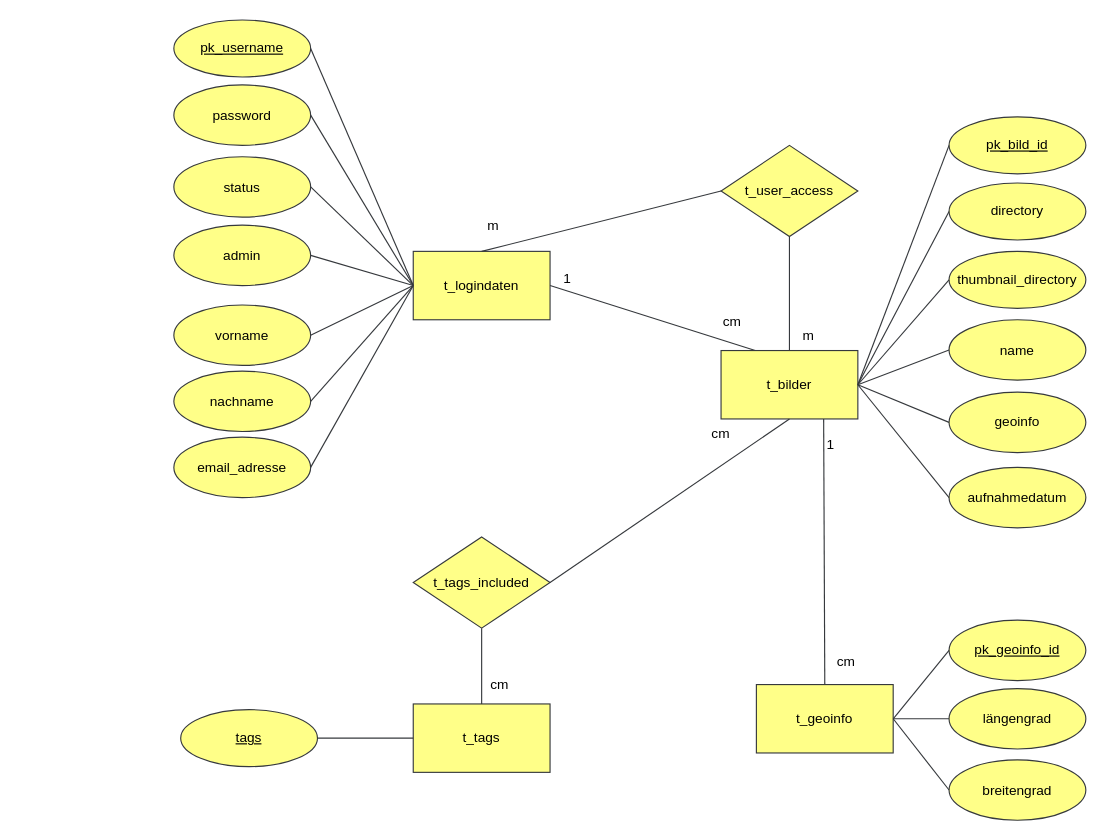
Above: WT2_ERM.drawio in mrstexx/FHT_WT2_ImageManagement (draw.io), before the change. Source tidied: cells renumbered, new cells numbered last; positions are measured from the earlier drawing's top-left corner, leaving out a move shared by most shapes. Both pictures are drawn from the tidied source at 114%, with x=0, y=0 at pixel (173, 19).
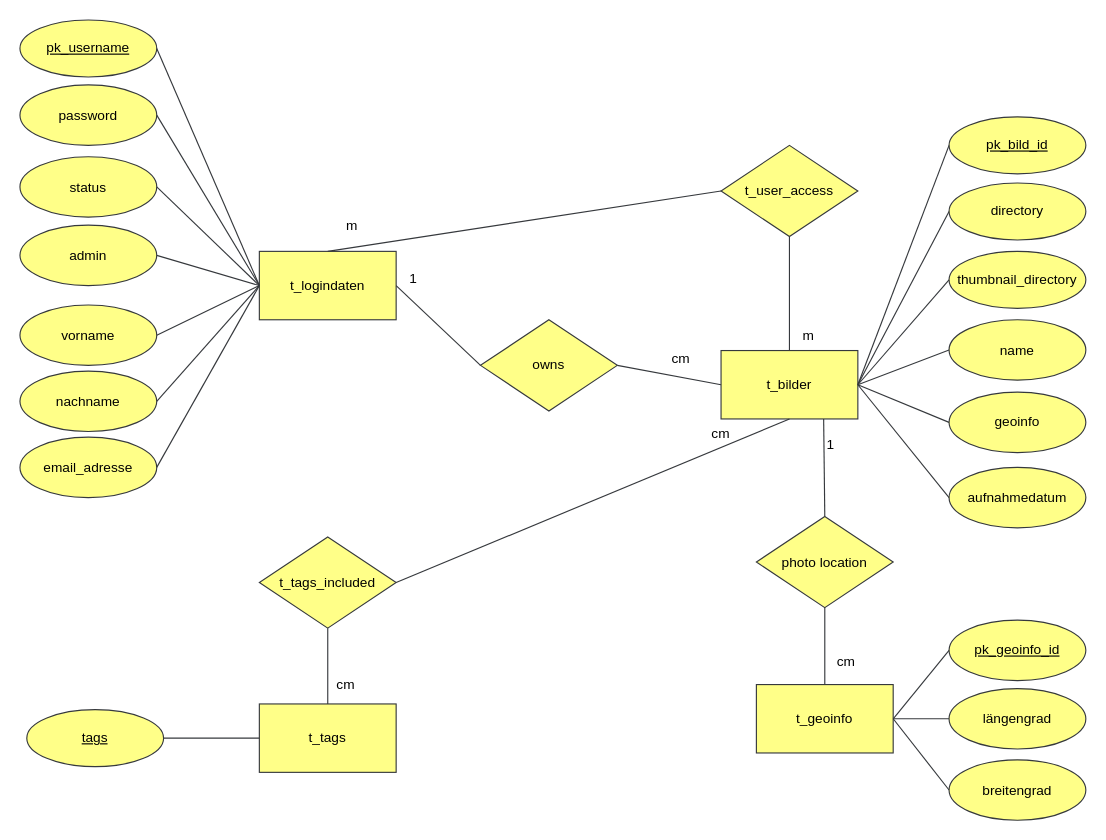
The same page after the edit.

Unchanged cells that the change refers to:
```xml
<mxCell id="3" value="t_bilder" style="rounded=0;whiteSpace=wrap;html=1;fillColor=#ffff88;strokeColor=#36393d;" parent="1" vertex="1">
  <mxGeometry x="480" y="290" width="120" height="60" as="geometry" />
</mxCell>
<mxCell id="4" value="t_geoinfo" style="rounded=0;whiteSpace=wrap;html=1;fillColor=#ffff88;strokeColor=#36393d;" parent="1" vertex="1">
  <mxGeometry x="511" y="583" width="120" height="60" as="geometry" />
</mxCell>
```

The edit, as a diff of the source:
```diff
@@
     <mxCell id="2" value="t_logindaten" style="rounded=0;whiteSpace=wrap;html=1;fillColor=#ffff88;strokeColor=#36393d;" parent="1" vertex="1">
-      <mxGeometry x="210" y="203" width="120" height="60" as="geometry" />
+      <mxGeometry x="75" y="203" width="120" height="60" as="geometry" />
     </mxCell>
@@
     <mxCell id="5" value="t_tags" style="rounded=0;whiteSpace=wrap;html=1;fillColor=#ffff88;strokeColor=#36393d;" parent="1" vertex="1">
-      <mxGeometry x="210" y="600" width="120" height="60" as="geometry" />
+      <mxGeometry x="75" y="600" width="120" height="60" as="geometry" />
     </mxCell>
     <mxCell id="6" value="t_tags_included" style="rhombus;whiteSpace=wrap;html=1;fillColor=#ffff88;strokeColor=#36393d;" parent="1" vertex="1">
-      <mxGeometry x="210" y="453.5" width="120" height="80" as="geometry" />
+      <mxGeometry x="75" y="453.5" width="120" height="80" as="geometry" />
     </mxCell>
@@
     <mxCell id="8" value="&lt;u&gt;pk_username&lt;/u&gt;" style="ellipse;whiteSpace=wrap;html=1;fillColor=#ffff88;strokeColor=#36393d;" parent="1" vertex="1">
-      <mxGeometry width="120" height="50" as="geometry" />
+      <mxGeometry x="-135" width="120" height="50" as="geometry" />
     </mxCell>
     <mxCell id="9" value="password" style="ellipse;whiteSpace=wrap;html=1;fillColor=#ffff88;strokeColor=#36393d;" parent="1" vertex="1">
-      <mxGeometry y="57" width="120" height="53" as="geometry" />
+      <mxGeometry x="-135" y="57" width="120" height="53" as="geometry" />
     </mxCell>
     <mxCell id="10" value="status" style="ellipse;whiteSpace=wrap;html=1;fillColor=#ffff88;strokeColor=#36393d;" parent="1" vertex="1">
-      <mxGeometry y="120" width="120" height="53" as="geometry" />
+      <mxGeometry x="-135" y="120" width="120" height="53" as="geometry" />
     </mxCell>
     <mxCell id="11" value="admin" style="ellipse;whiteSpace=wrap;html=1;fillColor=#ffff88;strokeColor=#36393d;" parent="1" vertex="1">
-      <mxGeometry y="180" width="120" height="53" as="geometry" />
+      <mxGeometry x="-135" y="180" width="120" height="53" as="geometry" />
     </mxCell>
@@
-    <mxCell id="16" style="endArrow=none;html=1;entryX=0.25;entryY=0;entryDx=0;entryDy=0;exitX=1;exitY=0.5;exitDx=0;exitDy=0;fillColor=#ffff88;strokeColor=#36393d;" parent="1" edge="1" source="2" target="3">
+    <mxCell id="16" style="endArrow=none;html=1;entryX=0;entryY=0.5;entryDx=0;entryDy=0;exitX=1;exitY=0.5;exitDx=0;exitDy=0;fillColor=#ffff88;strokeColor=#36393d;" parent="1" edge="1" source="2" target="56">
       <mxGeometry relative="1" as="geometry" />
     </mxCell>
@@
-    <mxCell id="26" style="endArrow=none;html=1;entryX=0.75;entryY=1;entryDx=0;entryDy=0;exitX=0.5;exitY=0;exitDx=0;exitDy=0;fillColor=#ffff88;strokeColor=#36393d;" parent="1" edge="1" source="4" target="3">
+    <mxCell id="26" style="endArrow=none;html=1;entryX=0.75;entryY=1;entryDx=0;entryDy=0;exitX=0.5;exitY=0;exitDx=0;exitDy=0;fillColor=#ffff88;strokeColor=#36393d;" parent="1" edge="1" source="58" target="3">
       <mxGeometry relative="1" as="geometry" />
     </mxCell>
@@
     <mxCell id="33" value="vorname" style="ellipse;whiteSpace=wrap;html=1;fillColor=#ffff88;strokeColor=#36393d;" parent="1" vertex="1">
-      <mxGeometry y="250" width="120" height="53" as="geometry" />
+      <mxGeometry x="-135" y="250" width="120" height="53" as="geometry" />
     </mxCell>
     <mxCell id="34" value="nachname" style="ellipse;whiteSpace=wrap;html=1;fillColor=#ffff88;strokeColor=#36393d;" parent="1" vertex="1">
-      <mxGeometry y="308" width="120" height="53" as="geometry" />
+      <mxGeometry x="-135" y="308" width="120" height="53" as="geometry" />
     </mxCell>
     <mxCell id="35" value="email_adresse" style="ellipse;whiteSpace=wrap;html=1;fillColor=#ffff88;strokeColor=#36393d;" parent="1" vertex="1">
-      <mxGeometry y="366" width="120" height="53" as="geometry" />
+      <mxGeometry x="-135" y="366" width="120" height="53" as="geometry" />
     </mxCell>
@@
     <mxCell id="42" value="&lt;u&gt;tags&lt;/u&gt;" style="ellipse;whiteSpace=wrap;html=1;fillColor=#ffff88;strokeColor=#36393d;" parent="1" vertex="1">
-      <mxGeometry x="6" y="605" width="120" height="50" as="geometry" />
+      <mxGeometry x="-129" y="605" width="120" height="50" as="geometry" />
     </mxCell>
@@
     <mxCell id="44" value="1" style="text;html=1;align=left;verticalAlign=top;spacingTop=-4;" parent="1" vertex="1">
-      <mxGeometry x="340" y="216.5" width="20" height="20" as="geometry" />
+      <mxGeometry x="205" y="216.5" width="20" height="20" as="geometry" />
     </mxCell>
     <mxCell id="45" value="cm" style="text;html=1;align=left;verticalAlign=top;spacingTop=-4;" parent="1" vertex="1">
-      <mxGeometry x="480" y="255" width="30" height="20" as="geometry" />
+      <mxGeometry x="435" y="286.5" width="30" height="20" as="geometry" />
     </mxCell>
@@
     <mxCell id="47" value="cm" style="text;html=1;align=left;verticalAlign=top;spacingTop=-4;" parent="1" vertex="1">
-      <mxGeometry x="276" y="573" width="30" height="20" as="geometry" />
+      <mxGeometry x="141" y="573" width="30" height="20" as="geometry" />
     </mxCell>
@@
+    <mxCell id="56" value="owns&lt;br&gt;" style="rhombus;whiteSpace=wrap;html=1;fillColor=#ffff88;strokeColor=#36393d;" parent="1" vertex="1">
+      <mxGeometry x="269" y="263" width="120" height="80" as="geometry" />
+    </mxCell>
+    <mxCell id="57" style="endArrow=none;html=1;entryX=0;entryY=0.5;entryDx=0;entryDy=0;exitX=1;exitY=0.5;exitDx=0;exitDy=0;fillColor=#ffff88;strokeColor=#36393d;" parent="1" edge="1" source="56" target="3">
+      <mxGeometry relative="1" as="geometry" />
+    </mxCell>
+    <mxCell id="58" value="photo location&lt;br&gt;" style="rhombus;whiteSpace=wrap;html=1;fillColor=#ffff88;strokeColor=#36393d;" parent="1" vertex="1">
+      <mxGeometry x="511" y="435.5" width="120" height="80" as="geometry" />
+    </mxCell>
+    <mxCell id="59" style="endArrow=none;html=1;entryX=0.5;entryY=1;entryDx=0;entryDy=0;exitX=0.5;exitY=0;exitDx=0;exitDy=0;fillColor=#ffff88;strokeColor=#36393d;" parent="1" edge="1" source="4" target="58">
+      <mxGeometry relative="1" as="geometry" />
+    </mxCell>
```
